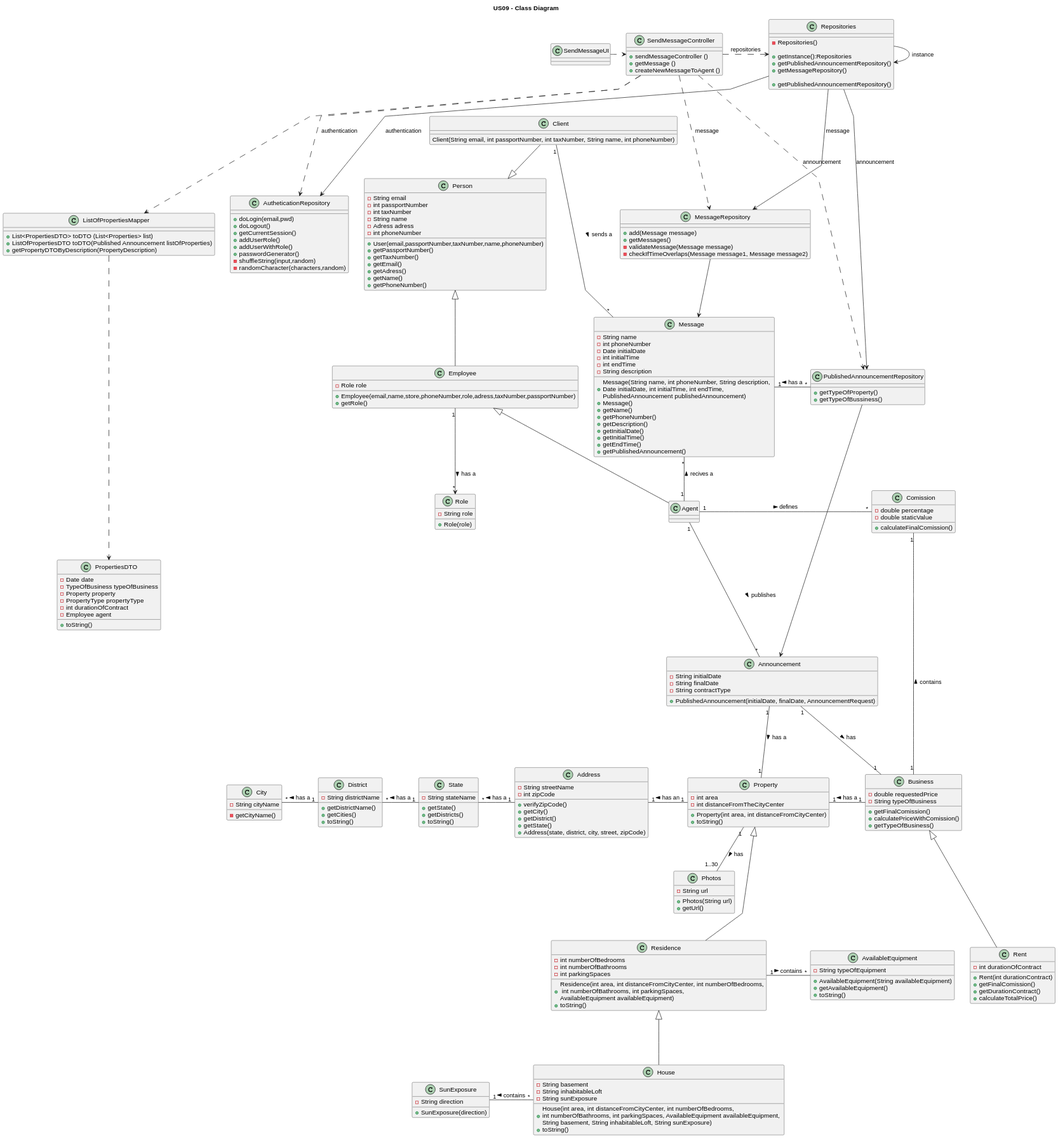
Earlier version of the PlantUML export docs/sprintD/US09/03.design/svg/us09-class-diagram.svg (PureNimble/ISEP-LAPR2).
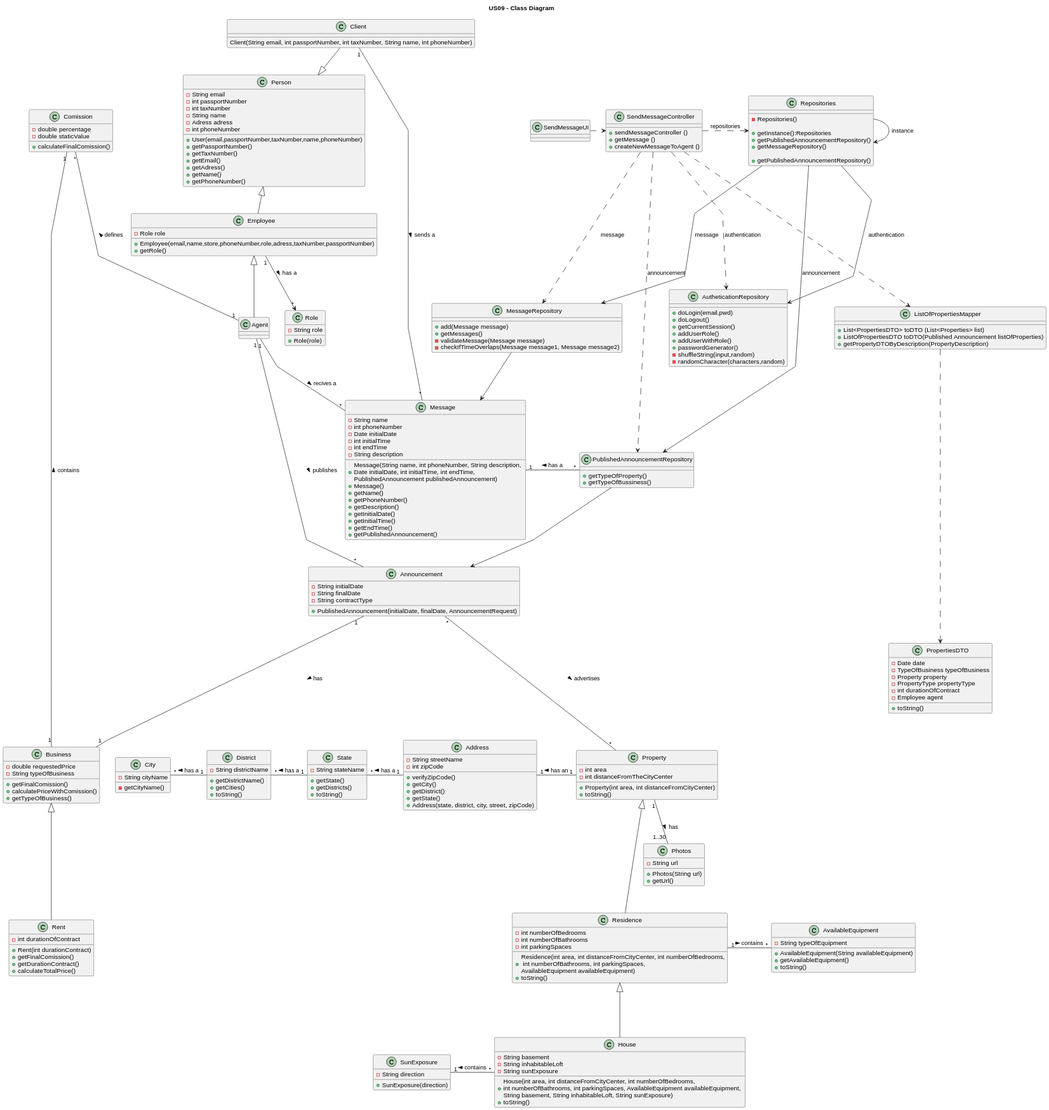
Above is the later version.

Commit message:
US09- Class diagram and domain module small update and added the updated svg

Diff of the diagram source:
```diff
@@ -265,7 +265,7 @@
 ListOfPropertiesMapper....> PropertiesDTO
 
 MessageRepository -down-> Message
-Agent "1" -up- "*" Message : recives a >
+Agent "1" -- "*" Message : recives a >
 Message "1" -right- "*" PublishedAnnouncementRepository: has a <
 
 
@@ -288,11 +288,11 @@
 
 
 
-Comission "*" -right-- "1" Agent: defines <
+Comission "*" --- "1" Agent: defines <
 Comission "1" -- "1" Business: contains <
-Property "1" - "1" Business: has a <
+
 Announcement "1" --- "1" Business: has >
-Announcement "1" --down- "1" Property: has a >
+Announcement "*" --down- "*" Property: advertises >
 Announcement "*" -up-- "1" Agent: publishes <
 Business <|--- Rent
 
```
